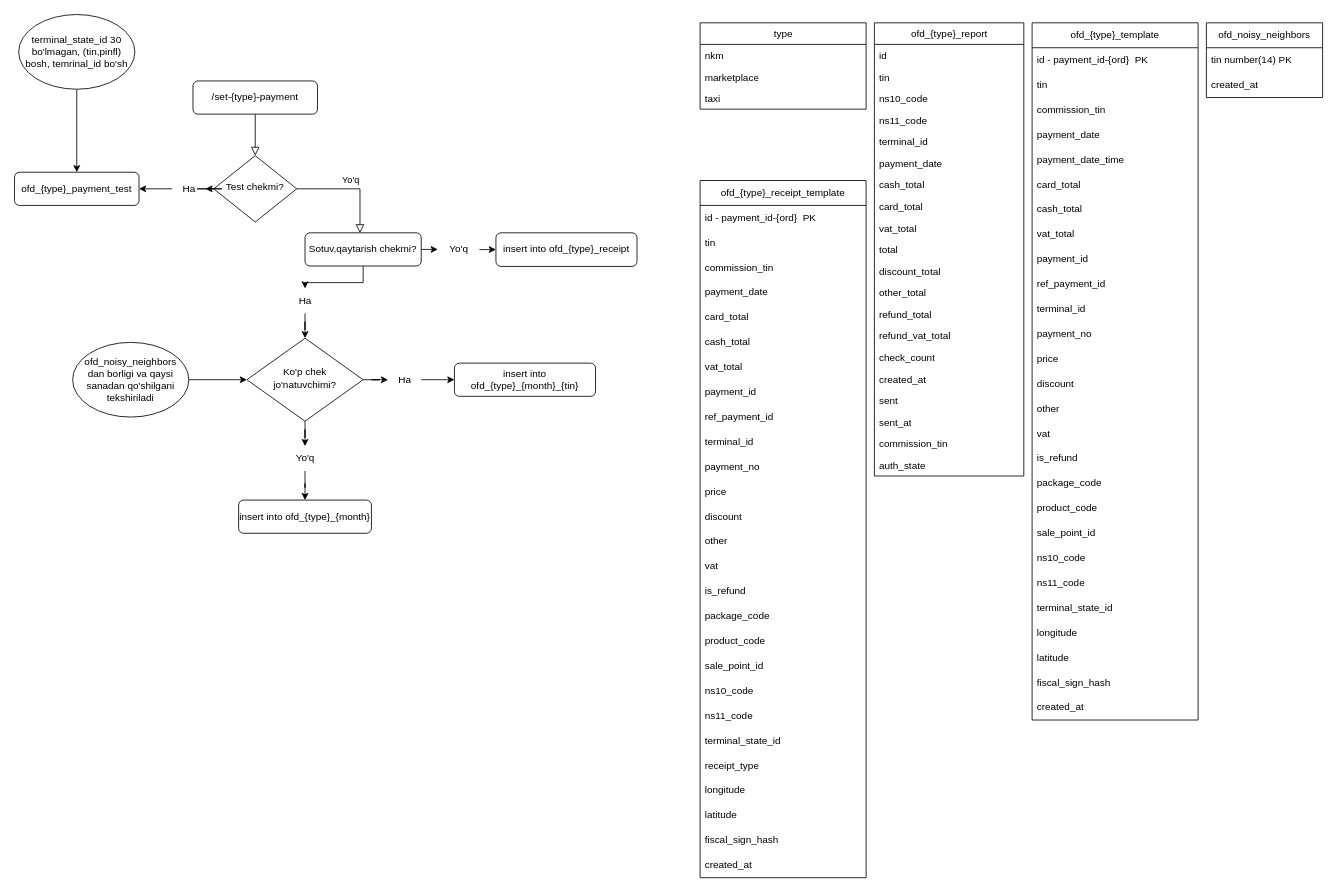
Before: ofd.drawio in Akhadjon-Bokijanov/diagrams, a draw.io diagram. Source tidied: cells renumbered, new cells numbered last; positions are measured from the earlier drawing's top-left corner, leaving out a move shared by most shapes. Both pictures are drawn from the tidied source at 83%, with x=0, y=0 at pixel (14, 14).
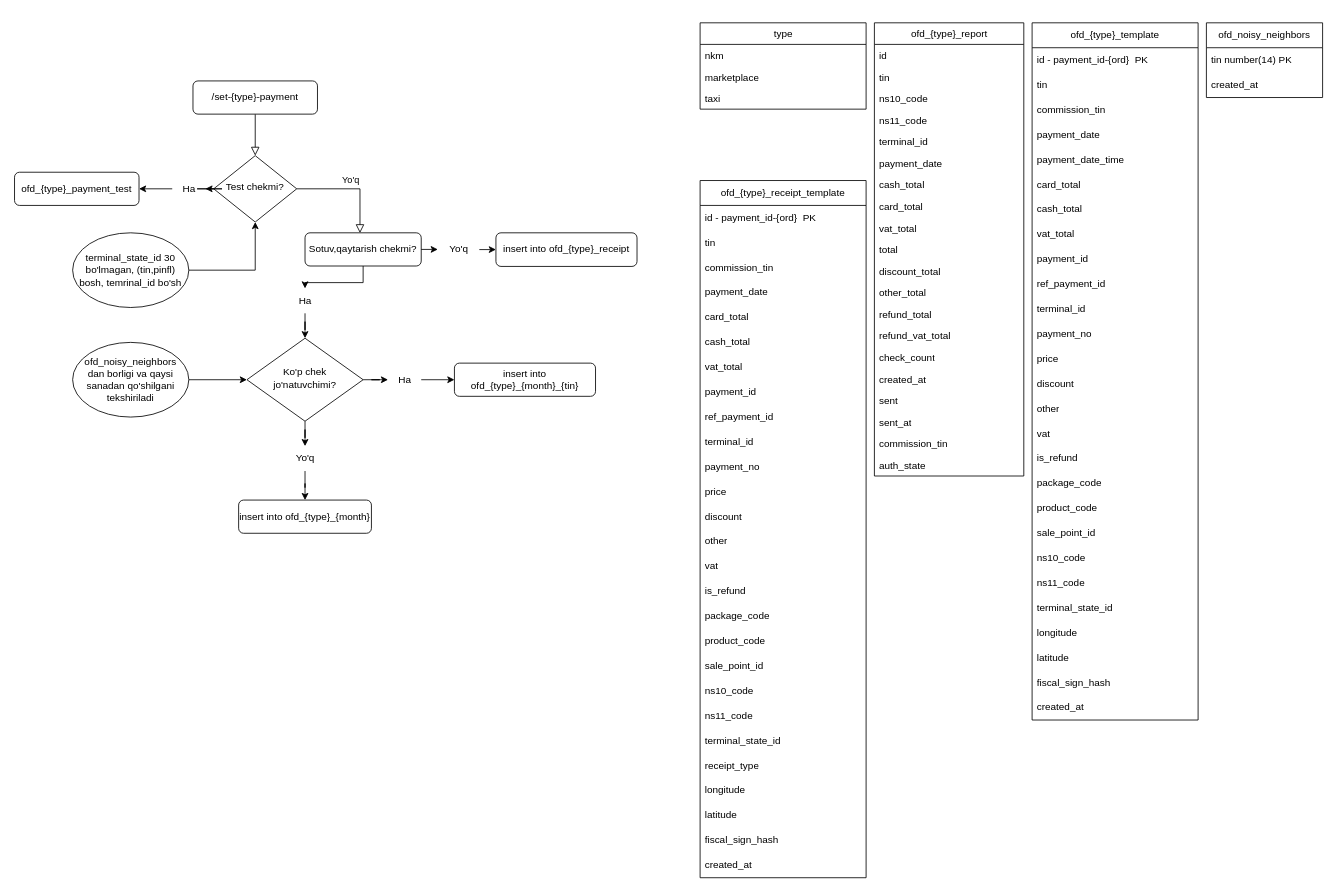
After the change.

The change refers to these unchanged cells:
```xml
<mxCell id="5" value="Test chekmi?" style="rhombus;whiteSpace=wrap;html=1;shadow=0;fontFamily=Helvetica;fontSize=12;align=center;strokeWidth=1;spacing=6;spacingTop=-4;" parent="1" vertex="1">
  <mxGeometry x="240" y="170" width="100" height="80" as="geometry" />
</mxCell>
<mxCell id="6" value="ofd_{type}_payment_test" style="rounded=1;whiteSpace=wrap;html=1;fontSize=12;glass=0;strokeWidth=1;shadow=0;" parent="1" vertex="1">
  <mxGeometry y="190" width="150" height="40" as="geometry" />
</mxCell>
```

What changed in the source:
```diff
@@
-    <mxCell id="113" style="edgeStyle=orthogonalEdgeStyle;rounded=0;jettySize=auto;html=1;entryX=0.5;entryY=0;entryDx=0;entryDy=0;" parent="1" edge="1" source="114" target="6">
-      <mxGeometry relative="1" as="geometry" />
-    </mxCell>
+    <mxCell id="115" style="edgeStyle=orthogonalEdgeStyle;rounded=0;jettySize=auto;html=1;exitX=1;exitY=0.5;exitDx=0;exitDy=0;entryX=0.5;entryY=1;entryDx=0;entryDy=0;" parent="1" edge="1" source="114" target="5">
+      <mxGeometry relative="1" as="geometry" />
+    </mxCell>
     <mxCell id="114" value="terminal_state_id 30 bo'lmagan, (tin,pinfl) bosh, temrinal_id bo'sh" style="ellipse;whiteSpace=wrap;html=1;" parent="1" vertex="1">
-      <mxGeometry x="5" width="140" height="90" as="geometry" />
+      <mxGeometry x="70" y="263" width="140" height="90" as="geometry" />
     </mxCell>
```
